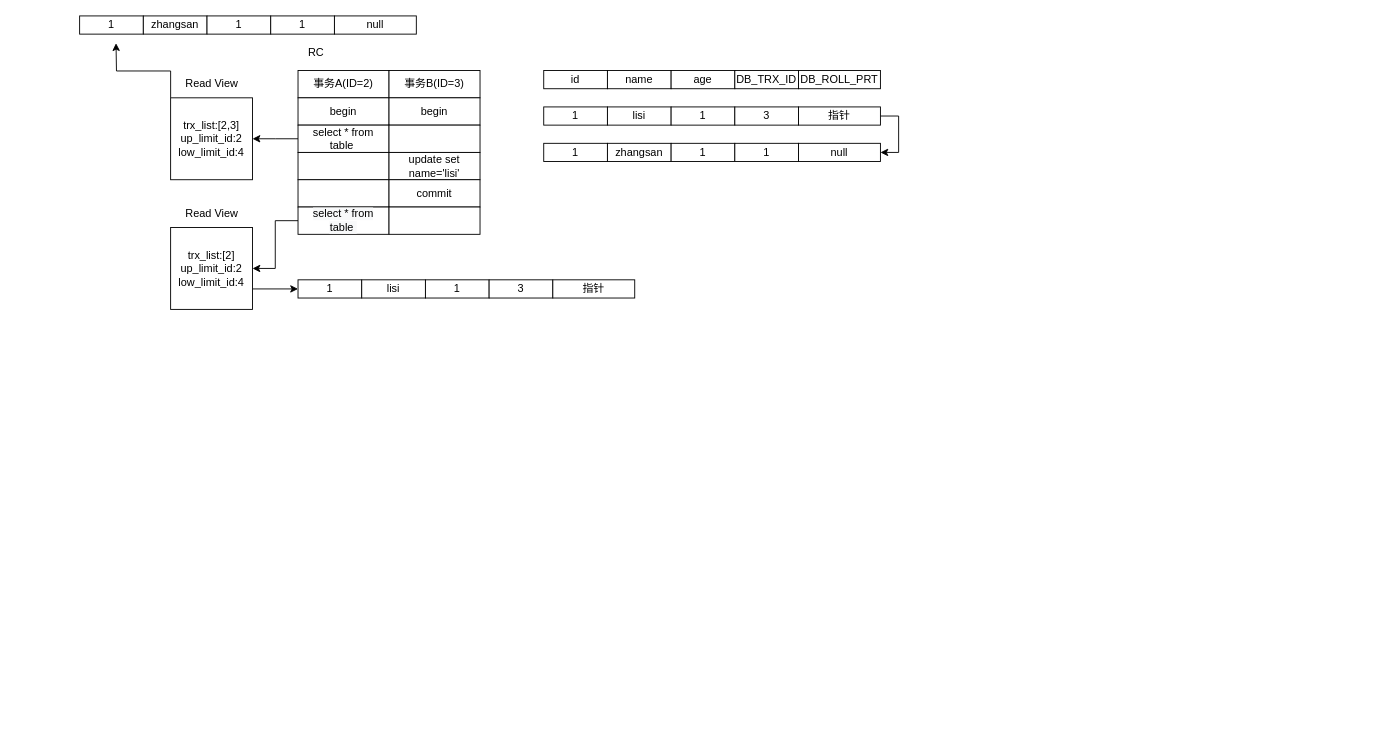
fangminXu/diagramsForJava keeps this draw.io diagram as MySQL数据结构.drawio. Above is the earlier version. Source tidied: cells renumbered, new cells numbered last; positions are measured from the earlier drawing's top-left corner, leaving out a move shared by most shapes. Both pictures are drawn from the tidied source at 91%, with x=0, y=0 at pixel (79, 15).
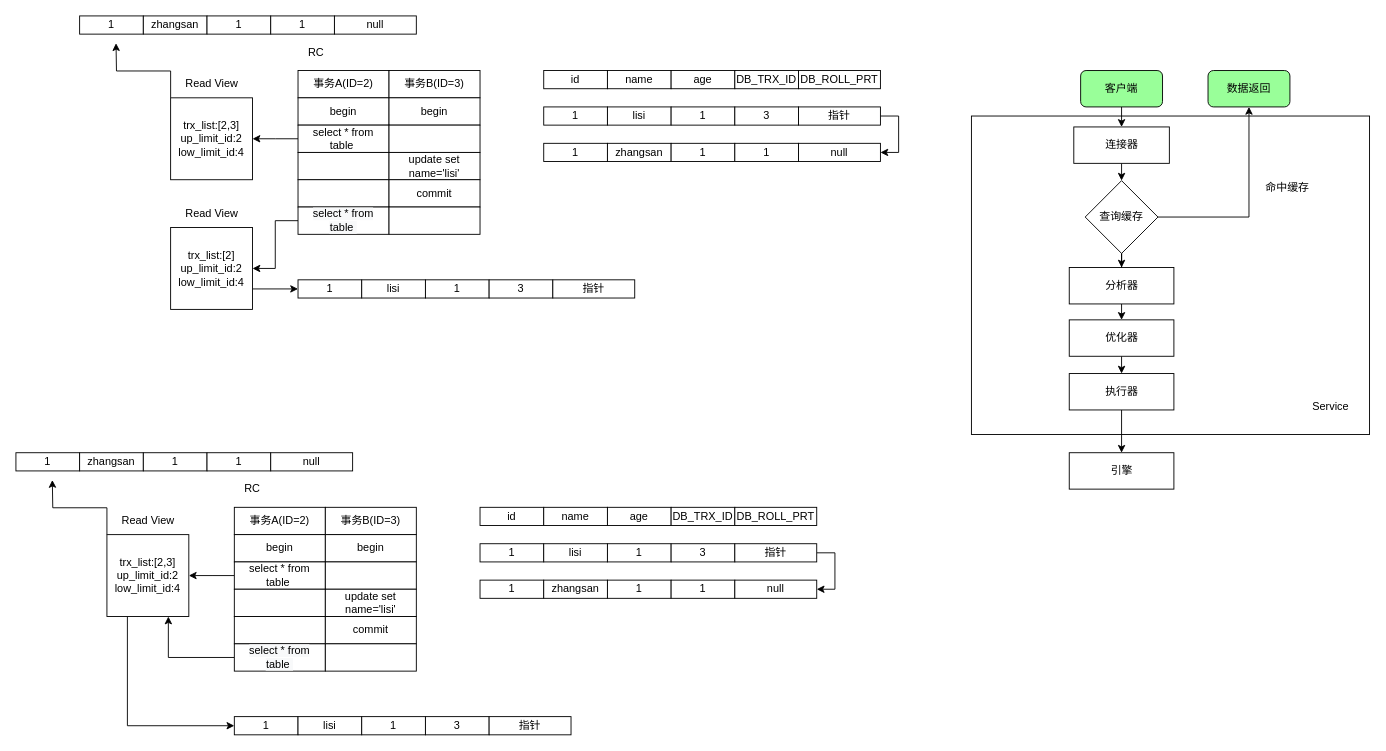
Above is the later version.

Commit message:
更新MySQL数据结构.drawio

Diff of the diagram source:
```diff
@@
+    <mxCell id="49" style="rounded=0;whiteSpace=wrap;html=1;fillColor=#FFFFFF;" parent="1" vertex="1">
+      <mxGeometry x="980" y="110" width="437.5" height="350" as="geometry" />
+    </mxCell>
@@
+    <mxCell id="50" value="事务A(ID=2)" style="rounded=0;whiteSpace=wrap;html=1;" parent="1" vertex="1">
+      <mxGeometry x="170" y="540" width="100" height="30" as="geometry" />
+    </mxCell>
+    <mxCell id="51" value="事务B(ID=3)" style="rounded=0;whiteSpace=wrap;html=1;" parent="1" vertex="1">
+      <mxGeometry x="270" y="540" width="100" height="30" as="geometry" />
+    </mxCell>
+    <mxCell id="52" value="begin" style="rounded=0;whiteSpace=wrap;html=1;" parent="1" vertex="1">
+      <mxGeometry x="170" y="570" width="100" height="30" as="geometry" />
+    </mxCell>
+    <mxCell id="53" value="begin" style="rounded=0;whiteSpace=wrap;html=1;" parent="1" vertex="1">
+      <mxGeometry x="270" y="570" width="100" height="30" as="geometry" />
+    </mxCell>
+    <mxCell id="54" style="edgeStyle=orthogonalEdgeStyle;rounded=0;jettySize=auto;html=1;exitX=0;exitY=0.5;exitDx=0;exitDy=0;" parent="1" edge="1" source="55">
+      <mxGeometry relative="1" as="geometry">
+        <mxPoint x="120" y="615" as="targetPoint" />
+      </mxGeometry>
+    </mxCell>
+    <mxCell id="55" value="select * from table&amp;nbsp;" style="rounded=0;whiteSpace=wrap;html=1;" parent="1" vertex="1">
+      <mxGeometry x="170" y="600" width="100" height="30" as="geometry" />
+    </mxCell>
+    <mxCell id="56" style="rounded=0;whiteSpace=wrap;html=1;" parent="1" vertex="1">
+      <mxGeometry x="270" y="600" width="100" height="30" as="geometry" />
+    </mxCell>
+    <mxCell id="57" value="RC" style="text;html=1;strokeColor=none;fillColor=none;align=center;verticalAlign=middle;whiteSpace=wrap;rounded=0;" parent="1" vertex="1">
+      <mxGeometry x="170" y="510" width="40" height="20" as="geometry" />
+    </mxCell>
+    <mxCell id="58" value="id" style="rounded=0;whiteSpace=wrap;html=1;" parent="1" vertex="1">
+      <mxGeometry x="440" y="540" width="70" height="20" as="geometry" />
+    </mxCell>
+    <mxCell id="59" value="name" style="rounded=0;whiteSpace=wrap;html=1;" parent="1" vertex="1">
+      <mxGeometry x="510" y="540" width="70" height="20" as="geometry" />
+    </mxCell>
+    <mxCell id="60" value="age" style="rounded=0;whiteSpace=wrap;html=1;" parent="1" vertex="1">
+      <mxGeometry x="580" y="540" width="70" height="20" as="geometry" />
+    </mxCell>
+    <mxCell id="61" value="DB_TRX_ID" style="rounded=0;whiteSpace=wrap;html=1;" parent="1" vertex="1">
+      <mxGeometry x="650" y="540" width="70" height="20" as="geometry" />
+    </mxCell>
+    <mxCell id="62" value="DB_ROLL_PRT" style="rounded=0;whiteSpace=wrap;html=1;" parent="1" vertex="1">
+      <mxGeometry x="720" y="540" width="90" height="20" as="geometry" />
+    </mxCell>
+    <mxCell id="63" value="1" style="rounded=0;whiteSpace=wrap;html=1;" parent="1" vertex="1">
+      <mxGeometry x="440" y="620" width="70" height="20" as="geometry" />
+    </mxCell>
+    <mxCell id="64" value="zhangsan" style="rounded=0;whiteSpace=wrap;html=1;" parent="1" vertex="1">
+      <mxGeometry x="510" y="620" width="70" height="20" as="geometry" />
+    </mxCell>
+    <mxCell id="65" value="1" style="rounded=0;whiteSpace=wrap;html=1;" parent="1" vertex="1">
+      <mxGeometry x="580" y="620" width="70" height="20" as="geometry" />
+    </mxCell>
+    <mxCell id="66" value="1" style="rounded=0;whiteSpace=wrap;html=1;" parent="1" vertex="1">
+      <mxGeometry x="650" y="620" width="70" height="20" as="geometry" />
+    </mxCell>
+    <mxCell id="67" value="null" style="rounded=0;whiteSpace=wrap;html=1;" parent="1" vertex="1">
+      <mxGeometry x="720" y="620" width="90" height="20" as="geometry" />
+    </mxCell>
+    <mxCell id="68" style="edgeStyle=orthogonalEdgeStyle;rounded=0;jettySize=auto;html=1;exitX=0;exitY=0;exitDx=0;exitDy=0;" parent="1" edge="1" source="70">
+      <mxGeometry relative="1" as="geometry">
+        <mxPoint x="-30" y="510" as="targetPoint" />
+      </mxGeometry>
+    </mxCell>
+    <mxCell id="69" style="edgeStyle=orthogonalEdgeStyle;rounded=0;jettySize=auto;html=1;exitX=0.25;exitY=1;exitDx=0;exitDy=0;entryX=0;entryY=0.5;entryDx=0;entryDy=0;" parent="1" edge="1" source="70" target="90">
+      <mxGeometry relative="1" as="geometry" />
+    </mxCell>
+    <mxCell id="70" value="trx_list:[2,3]&lt;br&gt;up_limit_id:2&lt;br&gt;low_limit_id:4" style="whiteSpace=wrap;html=1;" parent="1" vertex="1">
+      <mxGeometry x="30" y="570" width="90" height="90" as="geometry" />
+    </mxCell>
+    <mxCell id="71" value="Read View" style="text;html=1;strokeColor=none;fillColor=none;align=center;verticalAlign=middle;whiteSpace=wrap;rounded=0;" parent="1" vertex="1">
+      <mxGeometry x="42.5" y="547.5" width="65" height="15" as="geometry" />
+    </mxCell>
+    <mxCell id="72" value="1" style="rounded=0;whiteSpace=wrap;html=1;" parent="1" vertex="1">
+      <mxGeometry x="-70" y="480" width="70" height="20" as="geometry" />
+    </mxCell>
+    <mxCell id="73" value="zhangsan" style="rounded=0;whiteSpace=wrap;html=1;" parent="1" vertex="1">
+      <mxGeometry y="480" width="70" height="20" as="geometry" />
+    </mxCell>
+    <mxCell id="74" value="1" style="rounded=0;whiteSpace=wrap;html=1;" parent="1" vertex="1">
+      <mxGeometry x="70" y="480" width="70" height="20" as="geometry" />
+    </mxCell>
+    <mxCell id="75" value="1" style="rounded=0;whiteSpace=wrap;html=1;" parent="1" vertex="1">
+      <mxGeometry x="140" y="480" width="70" height="20" as="geometry" />
+    </mxCell>
+    <mxCell id="76" value="null" style="rounded=0;whiteSpace=wrap;html=1;" parent="1" vertex="1">
+      <mxGeometry x="210" y="480" width="90" height="20" as="geometry" />
+    </mxCell>
+    <mxCell id="77" style="rounded=0;whiteSpace=wrap;html=1;" parent="1" vertex="1">
+      <mxGeometry x="170" y="630" width="100" height="30" as="geometry" />
+    </mxCell>
+    <mxCell id="78" value="update set name='lisi'" style="rounded=0;whiteSpace=wrap;html=1;" parent="1" vertex="1">
+      <mxGeometry x="270" y="630" width="100" height="30" as="geometry" />
+    </mxCell>
+    <mxCell id="79" style="rounded=0;whiteSpace=wrap;html=1;" parent="1" vertex="1">
+      <mxGeometry x="170" y="660" width="100" height="30" as="geometry" />
+    </mxCell>
+    <mxCell id="80" value="commit" style="rounded=0;whiteSpace=wrap;html=1;" parent="1" vertex="1">
+      <mxGeometry x="270" y="660" width="100" height="30" as="geometry" />
+    </mxCell>
+    <mxCell id="81" style="edgeStyle=orthogonalEdgeStyle;rounded=0;jettySize=auto;html=1;exitX=0;exitY=0.5;exitDx=0;exitDy=0;entryX=0.75;entryY=1;entryDx=0;entryDy=0;" parent="1" edge="1" source="82" target="70">
+      <mxGeometry relative="1" as="geometry" />
+    </mxCell>
+    <mxCell id="82" value="&#10;&#10;&lt;span style=&quot;color: rgb(0, 0, 0); font-family: helvetica; font-size: 12px; font-style: normal; font-weight: 400; letter-spacing: normal; text-align: center; text-indent: 0px; text-transform: none; word-spacing: 0px; background-color: rgb(248, 249, 250); display: inline; float: none;&quot;&gt;select * from table&amp;nbsp;&lt;/span&gt;&#10;&#10;" style="rounded=0;whiteSpace=wrap;html=1;" parent="1" vertex="1">
+      <mxGeometry x="170" y="690" width="100" height="30" as="geometry" />
+    </mxCell>
+    <mxCell id="83" style="rounded=0;whiteSpace=wrap;html=1;" parent="1" vertex="1">
+      <mxGeometry x="270" y="690" width="100" height="30" as="geometry" />
+    </mxCell>
+    <mxCell id="84" value="1" style="rounded=0;whiteSpace=wrap;html=1;" parent="1" vertex="1">
+      <mxGeometry x="440" y="580" width="70" height="20" as="geometry" />
+    </mxCell>
+    <mxCell id="85" value="lisi" style="rounded=0;whiteSpace=wrap;html=1;" parent="1" vertex="1">
+      <mxGeometry x="510" y="580" width="70" height="20" as="geometry" />
+    </mxCell>
+    <mxCell id="86" value="1" style="rounded=0;whiteSpace=wrap;html=1;" parent="1" vertex="1">
+      <mxGeometry x="580" y="580" width="70" height="20" as="geometry" />
+    </mxCell>
+    <mxCell id="87" value="3" style="rounded=0;whiteSpace=wrap;html=1;" parent="1" vertex="1">
+      <mxGeometry x="650" y="580" width="70" height="20" as="geometry" />
+    </mxCell>
+    <mxCell id="88" style="edgeStyle=orthogonalEdgeStyle;rounded=0;jettySize=auto;html=1;exitX=1;exitY=0.5;exitDx=0;exitDy=0;entryX=1;entryY=0.5;entryDx=0;entryDy=0;" parent="1" edge="1" source="89" target="67">
+      <mxGeometry relative="1" as="geometry" />
+    </mxCell>
+    <mxCell id="89" value="指针" style="rounded=0;whiteSpace=wrap;html=1;" parent="1" vertex="1">
+      <mxGeometry x="720" y="580" width="90" height="20" as="geometry" />
+    </mxCell>
+    <mxCell id="90" value="1" style="rounded=0;whiteSpace=wrap;html=1;" parent="1" vertex="1">
+      <mxGeometry x="170" y="770" width="70" height="20" as="geometry" />
+    </mxCell>
+    <mxCell id="91" value="lisi" style="rounded=0;whiteSpace=wrap;html=1;" parent="1" vertex="1">
+      <mxGeometry x="240" y="770" width="70" height="20" as="geometry" />
+    </mxCell>
+    <mxCell id="92" value="1" style="rounded=0;whiteSpace=wrap;html=1;" parent="1" vertex="1">
+      <mxGeometry x="310" y="770" width="70" height="20" as="geometry" />
+    </mxCell>
+    <mxCell id="93" value="3" style="rounded=0;whiteSpace=wrap;html=1;" parent="1" vertex="1">
+      <mxGeometry x="380" y="770" width="70" height="20" as="geometry" />
+    </mxCell>
+    <mxCell id="94" value="指针" style="rounded=0;whiteSpace=wrap;html=1;" parent="1" vertex="1">
+      <mxGeometry x="450" y="770" width="90" height="20" as="geometry" />
+    </mxCell>
+    <mxCell id="95" style="edgeStyle=orthogonalEdgeStyle;rounded=0;jettySize=auto;html=1;exitX=0.5;exitY=1;exitDx=0;exitDy=0;entryX=0.5;entryY=0;entryDx=0;entryDy=0;" parent="1" edge="1" source="96" target="99">
+      <mxGeometry relative="1" as="geometry" />
+    </mxCell>
+    <mxCell id="96" value="客户端" style="rounded=1;whiteSpace=wrap;html=1;fillColor=#99FF99;" parent="1" vertex="1">
+      <mxGeometry x="1100" y="60" width="90" height="40" as="geometry" />
+    </mxCell>
+    <mxCell id="97" value="数据返回" style="rounded=1;whiteSpace=wrap;html=1;fillColor=#99FF99;" parent="1" vertex="1">
+      <mxGeometry x="1240" y="60" width="90" height="40" as="geometry" />
+    </mxCell>
+    <mxCell id="98" style="edgeStyle=orthogonalEdgeStyle;rounded=0;jettySize=auto;html=1;exitX=0.5;exitY=1;exitDx=0;exitDy=0;entryX=0.5;entryY=0;entryDx=0;entryDy=0;" parent="1" edge="1" source="99" target="102">
+      <mxGeometry relative="1" as="geometry" />
+    </mxCell>
+    <mxCell id="99" value="连接器" style="rounded=0;whiteSpace=wrap;html=1;fillColor=#FFFFFF;" parent="1" vertex="1">
+      <mxGeometry x="1092.5" y="122" width="105" height="40" as="geometry" />
+    </mxCell>
+    <mxCell id="100" style="edgeStyle=orthogonalEdgeStyle;rounded=0;jettySize=auto;html=1;exitX=1;exitY=0.5;exitDx=0;exitDy=0;" parent="1" edge="1" source="102" target="97">
+      <mxGeometry relative="1" as="geometry" />
+    </mxCell>
+    <mxCell id="101" style="edgeStyle=orthogonalEdgeStyle;rounded=0;jettySize=auto;html=1;" parent="1" edge="1" source="102" target="105">
+      <mxGeometry relative="1" as="geometry" />
+    </mxCell>
+    <mxCell id="102" value="查询缓存" style="rhombus;whiteSpace=wrap;html=1;fillColor=#FFFFFF;" parent="1" vertex="1">
+      <mxGeometry x="1105" y="181" width="80" height="80" as="geometry" />
+    </mxCell>
+    <mxCell id="103" value="命中缓存" style="text;html=1;strokeColor=none;fillColor=none;align=center;verticalAlign=middle;whiteSpace=wrap;rounded=0;" parent="1" vertex="1">
+      <mxGeometry x="1300" y="179" width="55" height="20" as="geometry" />
+    </mxCell>
+    <mxCell id="104" style="edgeStyle=orthogonalEdgeStyle;rounded=0;jettySize=auto;html=1;exitX=0.5;exitY=1;exitDx=0;exitDy=0;entryX=0.5;entryY=0;entryDx=0;entryDy=0;" parent="1" edge="1" source="105" target="107">
+      <mxGeometry relative="1" as="geometry" />
+    </mxCell>
+    <mxCell id="105" value="分析器" style="whiteSpace=wrap;html=1;fillColor=#FFFFFF;" parent="1" vertex="1">
+      <mxGeometry x="1087.5" y="276.5" width="115" height="40" as="geometry" />
+    </mxCell>
+    <mxCell id="106" style="edgeStyle=orthogonalEdgeStyle;rounded=0;jettySize=auto;html=1;exitX=0.5;exitY=1;exitDx=0;exitDy=0;entryX=0.5;entryY=0;entryDx=0;entryDy=0;" parent="1" edge="1" source="107" target="109">
+      <mxGeometry relative="1" as="geometry" />
+    </mxCell>
+    <mxCell id="107" value="优化器" style="whiteSpace=wrap;html=1;fillColor=#FFFFFF;" parent="1" vertex="1">
+      <mxGeometry x="1087.5" y="334" width="115" height="40" as="geometry" />
+    </mxCell>
+    <mxCell id="108" style="edgeStyle=orthogonalEdgeStyle;rounded=0;jettySize=auto;html=1;exitX=0.5;exitY=1;exitDx=0;exitDy=0;entryX=0.5;entryY=0;entryDx=0;entryDy=0;" parent="1" edge="1" source="109" target="110">
+      <mxGeometry relative="1" as="geometry" />
+    </mxCell>
+    <mxCell id="109" value="执行器" style="whiteSpace=wrap;html=1;fillColor=#FFFFFF;" parent="1" vertex="1">
+      <mxGeometry x="1087.5" y="393" width="115" height="40" as="geometry" />
+    </mxCell>
+    <mxCell id="110" value="引擎" style="whiteSpace=wrap;html=1;fillColor=#FFFFFF;" parent="1" vertex="1">
+      <mxGeometry x="1087.5" y="480" width="115" height="40" as="geometry" />
+    </mxCell>
+    <mxCell id="111" value="Service" style="text;html=1;strokeColor=none;fillColor=none;align=center;verticalAlign=middle;whiteSpace=wrap;rounded=0;" parent="1" vertex="1">
+      <mxGeometry x="1355" y="420" width="40" height="20" as="geometry" />
+    </mxCell>
```
